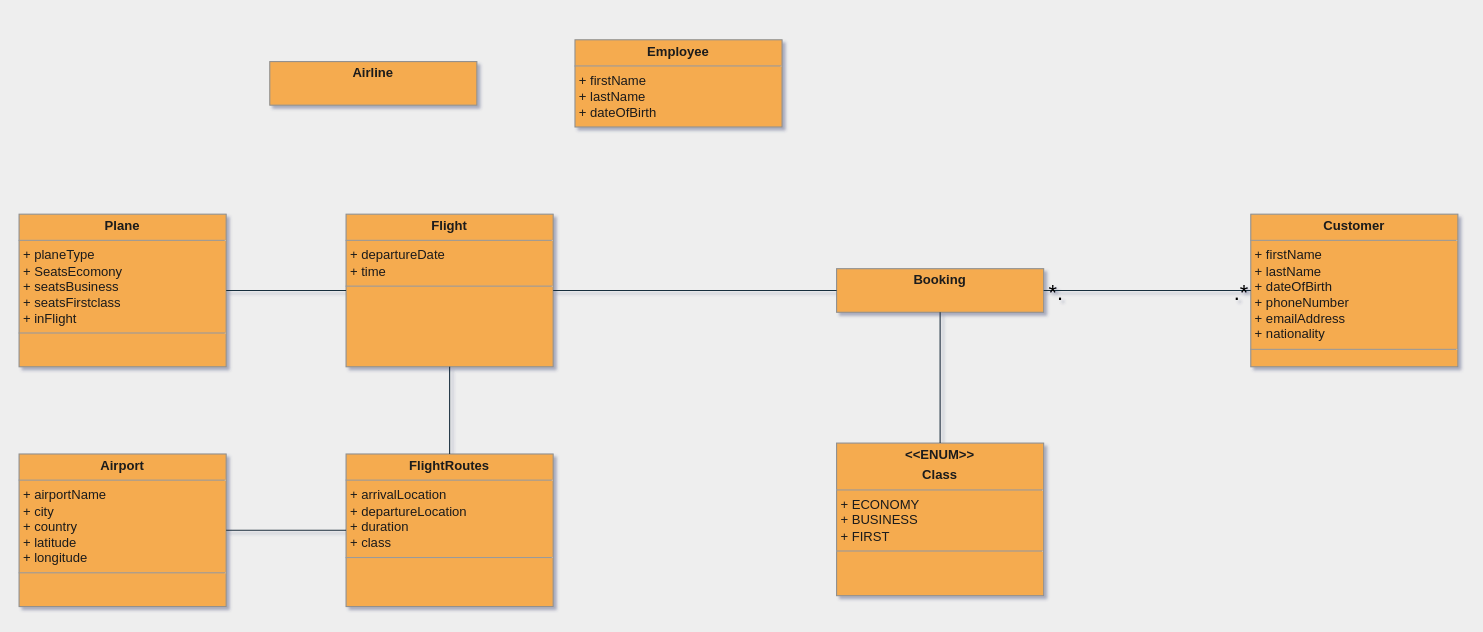
This is docs/domeinmodelVliegmaatschapijOLD.drawio from huict/prbed-2122-v2c-teamdit, a draw.io file, before an edit. Source tidied: cells renumbered, new cells numbered last; positions are measured from the earlier drawing's top-left corner, leaving out a move shared by most shapes. Both pictures are drawn from the tidied source at 109%, with x=0, y=0 at pixel (19, 39).
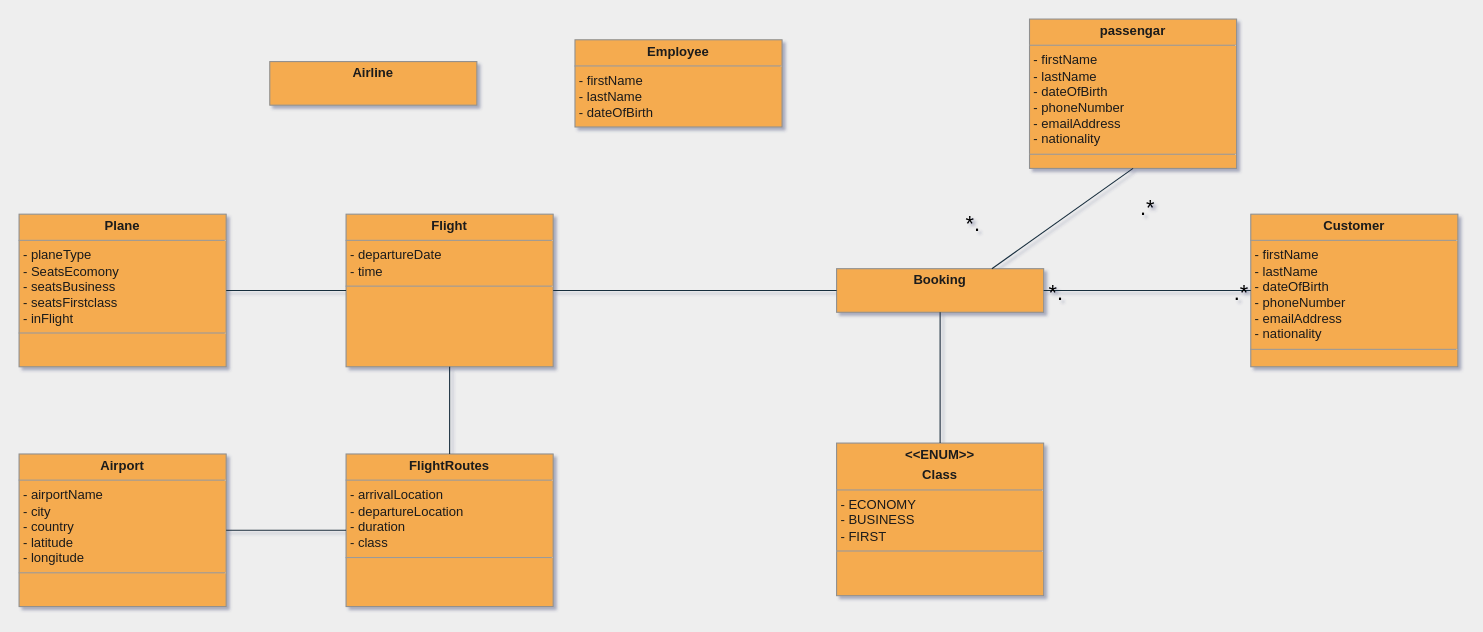
After the change.

Commit message (it also covers changes not shown here):
added passengangers to model

The change refers to these unchanged cells:
```xml
<mxCell id="7" value="&lt;p style=&quot;margin: 0px ; margin-top: 4px ; text-align: center&quot;&gt;&lt;b&gt;Booking&lt;/b&gt;&lt;/p&gt;&lt;p style=&quot;margin: 0px ; margin-left: 4px&quot;&gt;&lt;br&gt;&lt;/p&gt;" style="verticalAlign=top;align=left;overflow=fill;fontSize=12;fontFamily=Helvetica;html=1;shadow=0;comic=0;labelBackgroundColor=none;strokeWidth=1;fillColor=#F5AB50;strokeColor=#909090;fontColor=#1A1A1A;" parent="1" vertex="1">
  <mxGeometry x="750" y="210" width="190" height="40" as="geometry" />
</mxCell>
```

The edit, as a diff of the source:
```diff
@@
-    <mxCell id="2" value="&lt;p style=&quot;margin: 0px ; margin-top: 4px ; text-align: center&quot;&gt;&lt;b&gt;Flight&lt;/b&gt;&lt;/p&gt;&lt;hr size=&quot;1&quot;&gt;&lt;p style=&quot;margin: 0px ; margin-left: 4px&quot;&gt;&lt;span&gt;+ departureDate&lt;/span&gt;&lt;br&gt;&lt;/p&gt;&lt;p style=&quot;margin: 0px ; margin-left: 4px&quot;&gt;+ time&lt;/p&gt;&lt;hr size=&quot;1&quot;&gt;&lt;p style=&quot;margin: 0px ; margin-left: 4px&quot;&gt;&lt;br&gt;&lt;/p&gt;" style="verticalAlign=top;align=left;overflow=fill;fontSize=12;fontFamily=Helvetica;html=1;shadow=0;comic=0;labelBackgroundColor=none;strokeWidth=1;fillColor=#F5AB50;strokeColor=#909090;fontColor=#1A1A1A;" parent="1" vertex="1">
+    <mxCell id="2" value="&lt;p style=&quot;margin: 0px ; margin-top: 4px ; text-align: center&quot;&gt;&lt;b&gt;Flight&lt;/b&gt;&lt;/p&gt;&lt;hr size=&quot;1&quot;&gt;&lt;p style=&quot;margin: 0px ; margin-left: 4px&quot;&gt;&lt;span&gt;- departureDate&lt;/span&gt;&lt;br&gt;&lt;/p&gt;&lt;p style=&quot;margin: 0px ; margin-left: 4px&quot;&gt;- time&lt;/p&gt;&lt;hr size=&quot;1&quot;&gt;&lt;p style=&quot;margin: 0px ; margin-left: 4px&quot;&gt;&lt;br&gt;&lt;/p&gt;" style="verticalAlign=top;align=left;overflow=fill;fontSize=12;fontFamily=Helvetica;html=1;shadow=0;comic=0;labelBackgroundColor=none;strokeWidth=1;fillColor=#F5AB50;strokeColor=#909090;fontColor=#1A1A1A;" parent="1" vertex="1">
       <mxGeometry x="300" y="160" width="190" height="140" as="geometry" />
     </mxCell>
-    <mxCell id="3" value="&lt;p style=&quot;margin: 0px ; margin-top: 4px ; text-align: center&quot;&gt;&lt;b&gt;Customer&lt;/b&gt;&lt;/p&gt;&lt;hr size=&quot;1&quot;&gt;&lt;p style=&quot;margin: 0px ; margin-left: 4px&quot;&gt;+ firstName&lt;br&gt;&lt;/p&gt;&lt;p style=&quot;margin: 0px ; margin-left: 4px&quot;&gt;+ lastName&lt;/p&gt;&lt;p style=&quot;margin: 0px ; margin-left: 4px&quot;&gt;+ dateOfBirth&lt;/p&gt;&lt;p style=&quot;margin: 0px ; margin-left: 4px&quot;&gt;+ phoneNumber&lt;br&gt;&lt;/p&gt;&lt;p style=&quot;margin: 0px ; margin-left: 4px&quot;&gt;&lt;span&gt;+ emailAddress&lt;/span&gt;&lt;/p&gt;&lt;p style=&quot;margin: 0px ; margin-left: 4px&quot;&gt;+ nationality&lt;/p&gt;&lt;hr size=&quot;1&quot;&gt;&lt;p style=&quot;margin: 0px ; margin-left: 4px&quot;&gt;&lt;br&gt;&lt;/p&gt;" style="verticalAlign=top;align=left;overflow=fill;fontSize=12;fontFamily=Helvetica;html=1;shadow=0;comic=0;labelBackgroundColor=none;strokeWidth=1;fillColor=#F5AB50;strokeColor=#909090;fontColor=#1A1A1A;" parent="1" vertex="1">
+    <mxCell id="3" value="&lt;p style=&quot;margin: 0px ; margin-top: 4px ; text-align: center&quot;&gt;&lt;b&gt;Customer&lt;/b&gt;&lt;/p&gt;&lt;hr size=&quot;1&quot;&gt;&lt;p style=&quot;margin: 0px ; margin-left: 4px&quot;&gt;- firstName&lt;br&gt;&lt;/p&gt;&lt;p style=&quot;margin: 0px ; margin-left: 4px&quot;&gt;- lastName&lt;/p&gt;&lt;p style=&quot;margin: 0px ; margin-left: 4px&quot;&gt;- dateOfBirth&lt;/p&gt;&lt;p style=&quot;margin: 0px ; margin-left: 4px&quot;&gt;- phoneNumber&lt;br&gt;&lt;/p&gt;&lt;p style=&quot;margin: 0px ; margin-left: 4px&quot;&gt;&lt;span&gt;- emailAddress&lt;/span&gt;&lt;/p&gt;&lt;p style=&quot;margin: 0px ; margin-left: 4px&quot;&gt;- nationality&lt;/p&gt;&lt;hr size=&quot;1&quot;&gt;&lt;p style=&quot;margin: 0px ; margin-left: 4px&quot;&gt;&lt;br&gt;&lt;/p&gt;" style="verticalAlign=top;align=left;overflow=fill;fontSize=12;fontFamily=Helvetica;html=1;shadow=0;comic=0;labelBackgroundColor=none;strokeWidth=1;fillColor=#F5AB50;strokeColor=#909090;fontColor=#1A1A1A;" parent="1" vertex="1">
       <mxGeometry x="1130" y="160" width="190" height="140" as="geometry" />
     </mxCell>
-    <mxCell id="4" value="&lt;p style=&quot;margin: 0px ; margin-top: 4px ; text-align: center&quot;&gt;&lt;b&gt;Airport&lt;/b&gt;&lt;/p&gt;&lt;hr size=&quot;1&quot;&gt;&lt;p style=&quot;margin: 0px ; margin-left: 4px&quot;&gt;+ airportName&lt;br&gt;&lt;/p&gt;&lt;p style=&quot;margin: 0px ; margin-left: 4px&quot;&gt;+ city&lt;/p&gt;&lt;p style=&quot;margin: 0px ; margin-left: 4px&quot;&gt;+ country&lt;/p&gt;&lt;p style=&quot;margin: 0px ; margin-left: 4px&quot;&gt;+ latitude&lt;/p&gt;&lt;p style=&quot;margin: 0px ; margin-left: 4px&quot;&gt;+ longitude&lt;/p&gt;&lt;hr size=&quot;1&quot;&gt;&lt;p style=&quot;margin: 0px ; margin-left: 4px&quot;&gt;&lt;br&gt;&lt;/p&gt;" style="verticalAlign=top;align=left;overflow=fill;fontSize=12;fontFamily=Helvetica;html=1;shadow=0;comic=0;labelBackgroundColor=none;strokeWidth=1;fillColor=#F5AB50;strokeColor=#909090;fontColor=#1A1A1A;" parent="1" vertex="1">
+    <mxCell id="4" value="&lt;p style=&quot;margin: 0px ; margin-top: 4px ; text-align: center&quot;&gt;&lt;b&gt;Airport&lt;/b&gt;&lt;/p&gt;&lt;hr size=&quot;1&quot;&gt;&lt;p style=&quot;margin: 0px ; margin-left: 4px&quot;&gt;- airportName&lt;br&gt;&lt;/p&gt;&lt;p style=&quot;margin: 0px ; margin-left: 4px&quot;&gt;- city&lt;/p&gt;&lt;p style=&quot;margin: 0px ; margin-left: 4px&quot;&gt;- country&lt;/p&gt;&lt;p style=&quot;margin: 0px ; margin-left: 4px&quot;&gt;- latitude&lt;/p&gt;&lt;p style=&quot;margin: 0px ; margin-left: 4px&quot;&gt;- longitude&lt;/p&gt;&lt;hr size=&quot;1&quot;&gt;&lt;p style=&quot;margin: 0px ; margin-left: 4px&quot;&gt;&lt;br&gt;&lt;/p&gt;" style="verticalAlign=top;align=left;overflow=fill;fontSize=12;fontFamily=Helvetica;html=1;shadow=0;comic=0;labelBackgroundColor=none;strokeWidth=1;fillColor=#F5AB50;strokeColor=#909090;fontColor=#1A1A1A;" parent="1" vertex="1">
       <mxGeometry y="380" width="190" height="140" as="geometry" />
     </mxCell>
-    <mxCell id="5" value="&lt;p style=&quot;margin: 0px ; margin-top: 4px ; text-align: center&quot;&gt;&lt;b&gt;FlightRoutes&lt;/b&gt;&lt;/p&gt;&lt;hr size=&quot;1&quot;&gt;&lt;p style=&quot;margin: 0px ; margin-left: 4px&quot;&gt;+ arrivalLocation&lt;br&gt;&lt;/p&gt;&lt;p style=&quot;margin: 0px ; margin-left: 4px&quot;&gt;+ departureLocation&lt;/p&gt;&lt;p style=&quot;margin: 0px ; margin-left: 4px&quot;&gt;+ duration&lt;/p&gt;&lt;p style=&quot;margin: 0px ; margin-left: 4px&quot;&gt;+ class&lt;/p&gt;&lt;hr size=&quot;1&quot;&gt;&lt;p style=&quot;margin: 0px ; margin-left: 4px&quot;&gt;&lt;br&gt;&lt;/p&gt;" style="verticalAlign=top;align=left;overflow=fill;fontSize=12;fontFamily=Helvetica;html=1;shadow=0;comic=0;labelBackgroundColor=none;strokeWidth=1;fillColor=#F5AB50;strokeColor=#909090;fontColor=#1A1A1A;" parent="1" vertex="1">
+    <mxCell id="5" value="&lt;p style=&quot;margin: 0px ; margin-top: 4px ; text-align: center&quot;&gt;&lt;b&gt;FlightRoutes&lt;/b&gt;&lt;/p&gt;&lt;hr size=&quot;1&quot;&gt;&lt;p style=&quot;margin: 0px ; margin-left: 4px&quot;&gt;- arrivalLocation&lt;br&gt;&lt;/p&gt;&lt;p style=&quot;margin: 0px ; margin-left: 4px&quot;&gt;- departureLocation&lt;/p&gt;&lt;p style=&quot;margin: 0px ; margin-left: 4px&quot;&gt;- duration&lt;/p&gt;&lt;p style=&quot;margin: 0px ; margin-left: 4px&quot;&gt;- class&lt;/p&gt;&lt;hr size=&quot;1&quot;&gt;&lt;p style=&quot;margin: 0px ; margin-left: 4px&quot;&gt;&lt;br&gt;&lt;/p&gt;" style="verticalAlign=top;align=left;overflow=fill;fontSize=12;fontFamily=Helvetica;html=1;shadow=0;comic=0;labelBackgroundColor=none;strokeWidth=1;fillColor=#F5AB50;strokeColor=#909090;fontColor=#1A1A1A;" parent="1" vertex="1">
       <mxGeometry x="300" y="380" width="190" height="140" as="geometry" />
     </mxCell>
-    <mxCell id="6" value="&lt;p style=&quot;margin: 0px ; margin-top: 4px ; text-align: center&quot;&gt;&lt;b&gt;&amp;lt;&amp;lt;ENUM&amp;gt;&amp;gt;&lt;/b&gt;&lt;/p&gt;&lt;p style=&quot;margin: 0px ; margin-top: 4px ; text-align: center&quot;&gt;&lt;b&gt;Class&lt;/b&gt;&lt;/p&gt;&lt;hr size=&quot;1&quot;&gt;&lt;p style=&quot;margin: 0px ; margin-left: 4px&quot;&gt;+ ECONOMY&lt;/p&gt;&lt;p style=&quot;margin: 0px ; margin-left: 4px&quot;&gt;+ BUSINESS&lt;/p&gt;&lt;p style=&quot;margin: 0px ; margin-left: 4px&quot;&gt;+ FIRST&lt;/p&gt;&lt;hr size=&quot;1&quot;&gt;&lt;p style=&quot;margin: 0px ; margin-left: 4px&quot;&gt;&lt;br&gt;&lt;/p&gt;" style="verticalAlign=top;align=left;overflow=fill;fontSize=12;fontFamily=Helvetica;html=1;shadow=0;comic=0;labelBackgroundColor=none;strokeWidth=1;fillColor=#F5AB50;strokeColor=#909090;fontColor=#1A1A1A;" parent="1" vertex="1">
+    <mxCell id="6" value="&lt;p style=&quot;margin: 0px ; margin-top: 4px ; text-align: center&quot;&gt;&lt;b&gt;&amp;lt;&amp;lt;ENUM&amp;gt;&amp;gt;&lt;/b&gt;&lt;/p&gt;&lt;p style=&quot;margin: 0px ; margin-top: 4px ; text-align: center&quot;&gt;&lt;b&gt;Class&lt;/b&gt;&lt;/p&gt;&lt;hr size=&quot;1&quot;&gt;&lt;p style=&quot;margin: 0px ; margin-left: 4px&quot;&gt;- ECONOMY&lt;/p&gt;&lt;p style=&quot;margin: 0px ; margin-left: 4px&quot;&gt;- BUSINESS&lt;/p&gt;&lt;p style=&quot;margin: 0px ; margin-left: 4px&quot;&gt;- FIRST&lt;/p&gt;&lt;hr size=&quot;1&quot;&gt;&lt;p style=&quot;margin: 0px ; margin-left: 4px&quot;&gt;&lt;br&gt;&lt;/p&gt;" style="verticalAlign=top;align=left;overflow=fill;fontSize=12;fontFamily=Helvetica;html=1;shadow=0;comic=0;labelBackgroundColor=none;strokeWidth=1;fillColor=#F5AB50;strokeColor=#909090;fontColor=#1A1A1A;" parent="1" vertex="1">
       <mxGeometry x="750" y="370" width="190" height="140" as="geometry" />
     </mxCell>
@@
-    <mxCell id="8" value="&lt;p style=&quot;margin: 0px ; margin-top: 4px ; text-align: center&quot;&gt;&lt;b&gt;Plane&lt;/b&gt;&lt;/p&gt;&lt;hr size=&quot;1&quot;&gt;&lt;p style=&quot;margin: 0px ; margin-left: 4px&quot;&gt;+ planeType&lt;/p&gt;&lt;p style=&quot;margin: 0px ; margin-left: 4px&quot;&gt;+ SeatsEcomony&lt;/p&gt;&lt;p style=&quot;margin: 0px ; margin-left: 4px&quot;&gt;+ seatsBusiness&lt;/p&gt;&lt;p style=&quot;margin: 0px ; margin-left: 4px&quot;&gt;+ seatsFirstclass&lt;/p&gt;&lt;p style=&quot;margin: 0px ; margin-left: 4px&quot;&gt;+ inFlight&lt;/p&gt;&lt;hr size=&quot;1&quot;&gt;&lt;p style=&quot;margin: 0px ; margin-left: 4px&quot;&gt;&lt;br&gt;&lt;/p&gt;" style="verticalAlign=top;align=left;overflow=fill;fontSize=12;fontFamily=Helvetica;html=1;shadow=0;comic=0;labelBackgroundColor=none;strokeWidth=1;fillColor=#F5AB50;strokeColor=#909090;fontColor=#1A1A1A;" parent="1" vertex="1">
+    <mxCell id="8" value="&lt;p style=&quot;margin: 0px ; margin-top: 4px ; text-align: center&quot;&gt;&lt;b&gt;Plane&lt;/b&gt;&lt;/p&gt;&lt;hr size=&quot;1&quot;&gt;&lt;p style=&quot;margin: 0px ; margin-left: 4px&quot;&gt;- planeType&lt;/p&gt;&lt;p style=&quot;margin: 0px ; margin-left: 4px&quot;&gt;- SeatsEcomony&lt;/p&gt;&lt;p style=&quot;margin: 0px ; margin-left: 4px&quot;&gt;- seatsBusiness&lt;/p&gt;&lt;p style=&quot;margin: 0px ; margin-left: 4px&quot;&gt;- seatsFirstclass&lt;/p&gt;&lt;p style=&quot;margin: 0px ; margin-left: 4px&quot;&gt;- inFlight&lt;/p&gt;&lt;hr size=&quot;1&quot;&gt;&lt;p style=&quot;margin: 0px ; margin-left: 4px&quot;&gt;&lt;br&gt;&lt;/p&gt;" style="verticalAlign=top;align=left;overflow=fill;fontSize=12;fontFamily=Helvetica;html=1;shadow=0;comic=0;labelBackgroundColor=none;strokeWidth=1;fillColor=#F5AB50;strokeColor=#909090;fontColor=#1A1A1A;" parent="1" vertex="1">
       <mxGeometry y="160" width="190" height="140" as="geometry" />
     </mxCell>
@@
-    <mxCell id="16" value="&lt;p style=&quot;margin: 0px ; margin-top: 4px ; text-align: center&quot;&gt;&lt;b&gt;Employee&lt;/b&gt;&lt;/p&gt;&lt;hr size=&quot;1&quot;&gt;&lt;p style=&quot;margin: 0px ; margin-left: 4px&quot;&gt;+ firstName&lt;br&gt;&lt;/p&gt;&lt;p style=&quot;margin: 0px ; margin-left: 4px&quot;&gt;+ lastName&lt;/p&gt;&lt;p style=&quot;margin: 0px ; margin-left: 4px&quot;&gt;+ dateOfBirth&lt;/p&gt;&lt;p style=&quot;margin: 0px ; margin-left: 4px&quot;&gt;&lt;br&gt;&lt;/p&gt;" style="verticalAlign=top;align=left;overflow=fill;fontSize=12;fontFamily=Helvetica;html=1;shadow=0;comic=0;labelBackgroundColor=none;strokeWidth=1;fillColor=#F5AB50;strokeColor=#909090;fontColor=#1A1A1A;" parent="1" vertex="1">
+    <mxCell id="16" value="&lt;p style=&quot;margin: 0px ; margin-top: 4px ; text-align: center&quot;&gt;&lt;b&gt;Employee&lt;/b&gt;&lt;/p&gt;&lt;hr size=&quot;1&quot;&gt;&lt;p style=&quot;margin: 0px ; margin-left: 4px&quot;&gt;- firstName&lt;br&gt;&lt;/p&gt;&lt;p style=&quot;margin: 0px ; margin-left: 4px&quot;&gt;- lastName&lt;/p&gt;&lt;p style=&quot;margin: 0px ; margin-left: 4px&quot;&gt;- dateOfBirth&lt;/p&gt;&lt;p style=&quot;margin: 0px ; margin-left: 4px&quot;&gt;&lt;br&gt;&lt;/p&gt;" style="verticalAlign=top;align=left;overflow=fill;fontSize=12;fontFamily=Helvetica;html=1;shadow=0;comic=0;labelBackgroundColor=none;strokeWidth=1;fillColor=#F5AB50;strokeColor=#909090;fontColor=#1A1A1A;" parent="1" vertex="1">
       <mxGeometry x="510" width="190" height="80" as="geometry" />
     </mxCell>
@@
+    <mxCell id="19" value="&lt;p style=&quot;margin: 0px ; margin-top: 4px ; text-align: center&quot;&gt;&lt;b&gt;passengar&lt;/b&gt;&lt;/p&gt;&lt;hr size=&quot;1&quot;&gt;&lt;p style=&quot;margin: 0px ; margin-left: 4px&quot;&gt;- firstName&lt;br&gt;&lt;/p&gt;&lt;p style=&quot;margin: 0px ; margin-left: 4px&quot;&gt;- lastName&lt;/p&gt;&lt;p style=&quot;margin: 0px ; margin-left: 4px&quot;&gt;- dateOfBirth&lt;/p&gt;&lt;p style=&quot;margin: 0px ; margin-left: 4px&quot;&gt;- phoneNumber&lt;br&gt;&lt;/p&gt;&lt;p style=&quot;margin: 0px ; margin-left: 4px&quot;&gt;&lt;span&gt;- emailAddress&lt;/span&gt;&lt;/p&gt;&lt;p style=&quot;margin: 0px ; margin-left: 4px&quot;&gt;- nationality&lt;/p&gt;&lt;hr size=&quot;1&quot;&gt;&lt;p style=&quot;margin: 0px ; margin-left: 4px&quot;&gt;&lt;br&gt;&lt;/p&gt;" style="verticalAlign=top;align=left;overflow=fill;fontSize=12;fontFamily=Helvetica;html=1;shadow=0;comic=0;labelBackgroundColor=none;strokeWidth=1;fillColor=#F5AB50;strokeColor=#909090;fontColor=#1A1A1A;" parent="1" vertex="1">
+      <mxGeometry x="927" y="-19" width="190" height="137" as="geometry" />
+    </mxCell>
+    <mxCell id="20" style="endArrow=none;html=1;entryX=0.5;entryY=1;entryDx=0;entryDy=0;exitX=0.75;exitY=0;exitDx=0;exitDy=0;labelBackgroundColor=none;strokeColor=#182E3E;fontColor=#1A1A1A;" parent="1" edge="1" source="7" target="19">
+      <mxGeometry relative="1" as="geometry" />
+    </mxCell>
+    <mxCell id="21" value="*." style="edgeLabel;html=1;align=center;verticalAlign=middle;labelBackgroundColor=none;fontSize=20;" parent="20" vertex="1">
+      <mxGeometry x="-0.08" y="1" relative="1" as="geometry">
+        <mxPoint x="-77" y="1" as="offset" />
+      </mxGeometry>
+    </mxCell>
+    <mxCell id="22" value="&lt;span style=&quot;&quot;&gt;.*&lt;/span&gt;" style="edgeLabel;html=1;align=center;verticalAlign=middle;fontSize=20;labelBackgroundColor=none;" parent="20" vertex="1">
+      <mxGeometry x="0.26" relative="1" as="geometry">
+        <mxPoint x="60" as="offset" />
+      </mxGeometry>
+    </mxCell>
```
